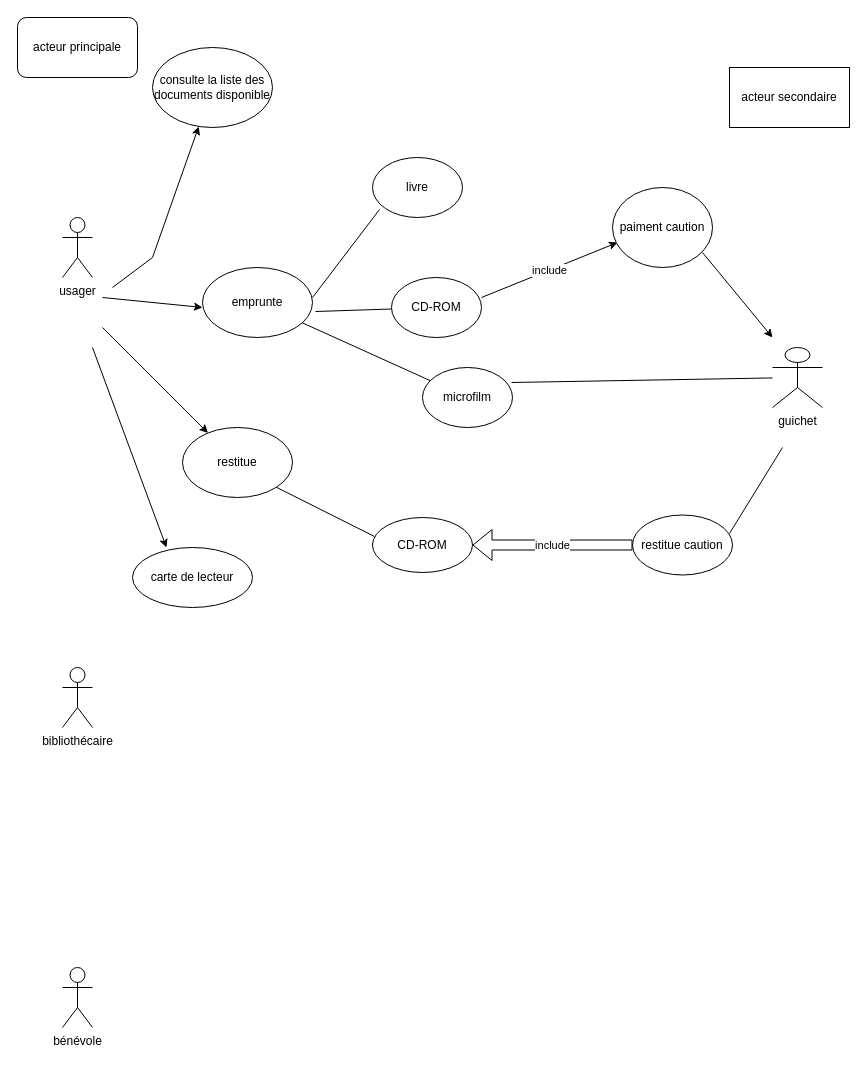
This is exo cda/diagramme/mediathéque(5).drawio from Exodiathemaudit/christopher-AFPA, a draw.io file, before an edit. Source tidied: cells renumbered, new cells numbered last; positions are measured from the earlier drawing's top-left corner, leaving out a move shared by most shapes. Both pictures are drawn from the tidied source at 100%, with x=0, y=0 at pixel (17, 17).
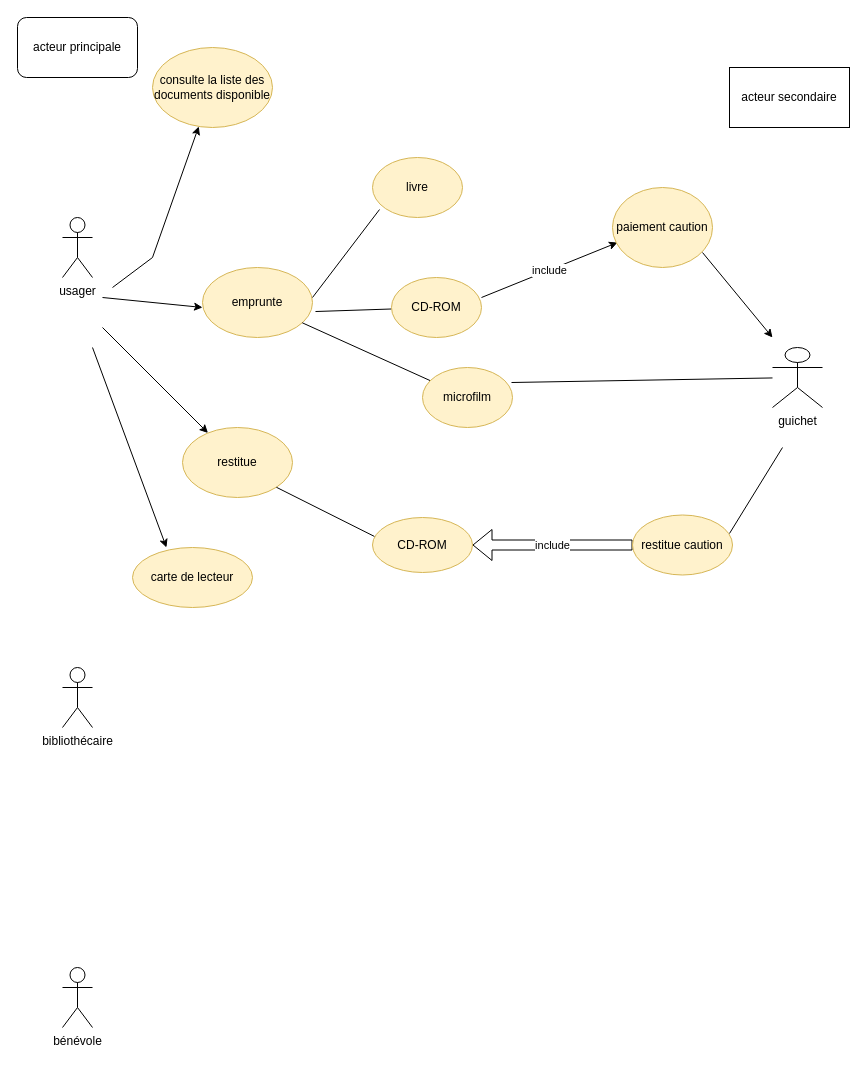
After the change.

Commit message (it also covers changes not shown here):
modif diagramme

The edit, as a diff of the source:
```diff
@@
-    <mxCell id="5" value="consulte la liste des documents disponible" style="ellipse;whiteSpace=wrap;html=1;" parent="1" vertex="1">
+    <mxCell id="5" value="consulte la liste des documents disponible" style="ellipse;whiteSpace=wrap;html=1;fillColor=#fff2cc;strokeColor=#d6b656;" parent="1" vertex="1">
       <mxGeometry x="135" y="30" width="120" height="80" as="geometry" />
     </mxCell>
@@
-    <mxCell id="7" value="emprunte" style="ellipse;whiteSpace=wrap;html=1;" parent="1" vertex="1">
+    <mxCell id="7" value="emprunte" style="ellipse;whiteSpace=wrap;html=1;fillColor=#fff2cc;strokeColor=#d6b656;" parent="1" vertex="1">
       <mxGeometry x="185" y="250" width="110" height="70" as="geometry" />
     </mxCell>
@@
-    <mxCell id="9" value="restitue" style="ellipse;whiteSpace=wrap;html=1;" parent="1" vertex="1">
+    <mxCell id="9" value="restitue" style="ellipse;whiteSpace=wrap;html=1;fillColor=#fff2cc;strokeColor=#d6b656;" parent="1" vertex="1">
       <mxGeometry x="165" y="410" width="110" height="70" as="geometry" />
     </mxCell>
@@
-    <mxCell id="11" value="CD-ROM" style="ellipse;whiteSpace=wrap;html=1;" parent="1" vertex="1">
+    <mxCell id="11" value="CD-ROM" style="ellipse;whiteSpace=wrap;html=1;fillColor=#fff2cc;strokeColor=#d6b656;" parent="1" vertex="1">
       <mxGeometry x="355" y="500" width="100" height="55" as="geometry" />
     </mxCell>
@@
-    <mxCell id="13" value="livre" style="ellipse;whiteSpace=wrap;html=1;" parent="1" vertex="1">
+    <mxCell id="13" value="livre" style="ellipse;whiteSpace=wrap;html=1;fillColor=#fff2cc;strokeColor=#d6b656;" parent="1" vertex="1">
       <mxGeometry x="355" y="140" width="90" height="60" as="geometry" />
     </mxCell>
@@
-    <mxCell id="15" value="CD-ROM" style="ellipse;whiteSpace=wrap;html=1;" parent="1" vertex="1">
+    <mxCell id="15" value="CD-ROM" style="ellipse;whiteSpace=wrap;html=1;fillColor=#fff2cc;strokeColor=#d6b656;" parent="1" vertex="1">
       <mxGeometry x="374" y="260" width="90" height="60" as="geometry" />
     </mxCell>
@@
-    <mxCell id="17" value="microfilm" style="ellipse;whiteSpace=wrap;html=1;" parent="1" vertex="1">
+    <mxCell id="17" value="microfilm" style="ellipse;whiteSpace=wrap;html=1;fillColor=#fff2cc;strokeColor=#d6b656;" parent="1" vertex="1">
       <mxGeometry x="405" y="350" width="90" height="60" as="geometry" />
     </mxCell>
@@
-    <mxCell id="21" value="paiment caution" style="ellipse;whiteSpace=wrap;html=1;" parent="1" vertex="1">
+    <mxCell id="21" value="paiement caution" style="ellipse;whiteSpace=wrap;html=1;fillColor=#fff2cc;strokeColor=#d6b656;" parent="1" vertex="1">
       <mxGeometry x="595" y="170" width="100" height="80" as="geometry" />
     </mxCell>
@@
-    <mxCell id="23" value="restitue caution" style="ellipse;whiteSpace=wrap;html=1;" parent="1" vertex="1">
+    <mxCell id="23" value="restitue caution" style="ellipse;whiteSpace=wrap;html=1;fillColor=#fff2cc;strokeColor=#d6b656;" parent="1" vertex="1">
       <mxGeometry x="615" y="497.5" width="100" height="60" as="geometry" />
     </mxCell>
@@
-    <mxCell id="26" value="carte de lecteur" style="ellipse;whiteSpace=wrap;html=1;" parent="1" vertex="1">
+    <mxCell id="26" value="carte de lecteur" style="ellipse;whiteSpace=wrap;html=1;fillColor=#fff2cc;strokeColor=#d6b656;" parent="1" vertex="1">
       <mxGeometry x="115" y="530" width="120" height="60" as="geometry" />
     </mxCell>
```
